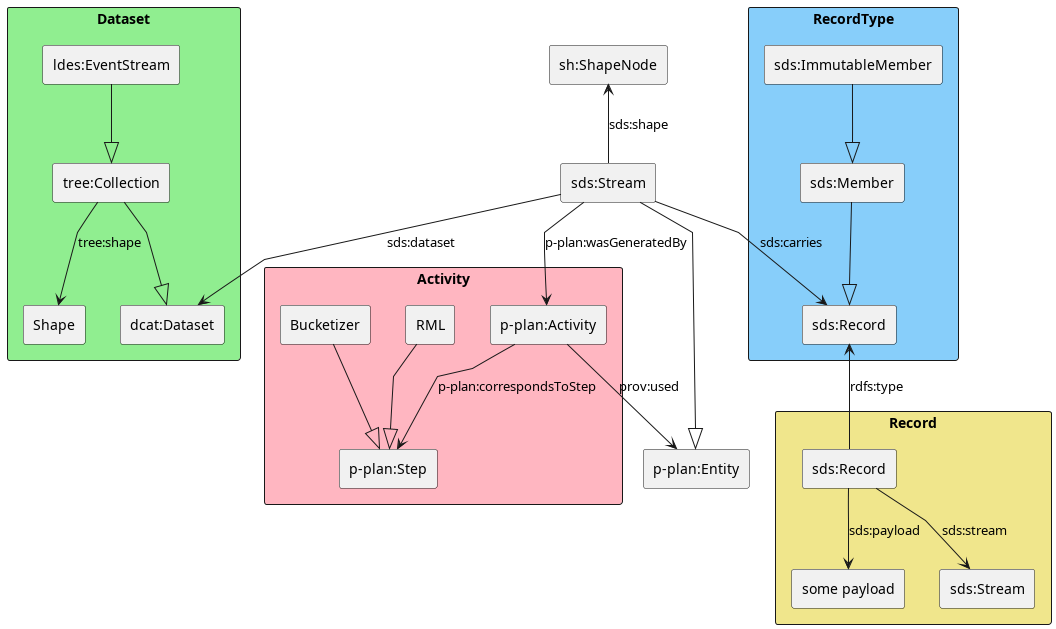
Before: ontology.png, a diagram exported from PlantUML (ajuvercr/sds-demo-paper).
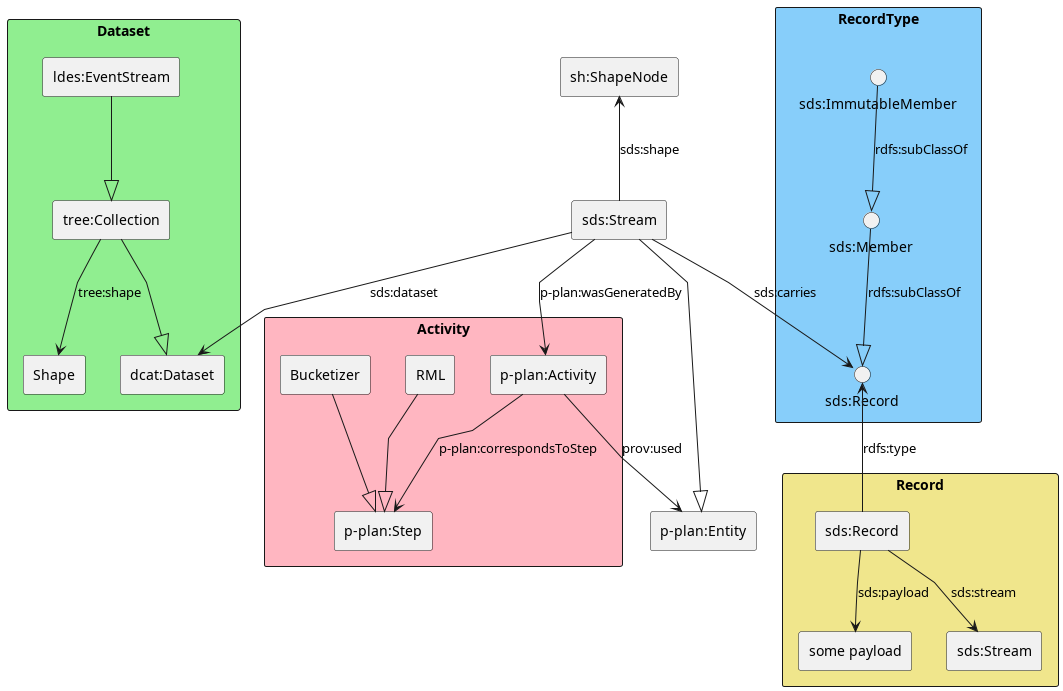
Above is the later version.

The edit, as a diff of the source:
```diff
@@ -23,9 +23,9 @@
 }
 
 rectangle RecordType #LightSkyBlue {
-  [sds:ImmutableMember] as imm
-  [sds:Member] as mem
-  [sds:Record] as rec
+  interface "sds:ImmutableMember" as imm
+  interface "sds:Member" as mem
+  interface "sds:Record" as rec
 }
 
 rectangle Record #Khaki {
@@ -58,8 +58,8 @@
 act --> entity : "prov:used"
 act --> step : "p-plan:correspondsToStep"
 
-imm --|> mem
-mem --|> rec
+imm --|> mem : "rdfs:subClassOf"
+mem --|> rec : "rdfs:subClassOf"
 
 
 
```
